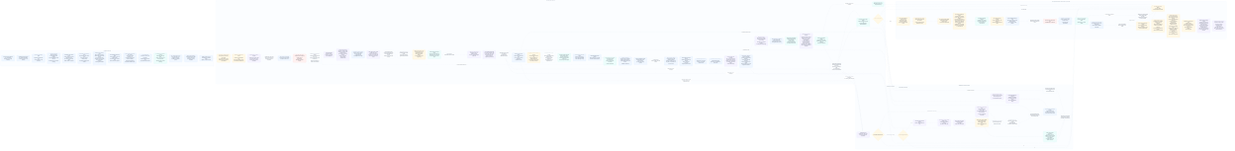
Above: odylith/atlas/source/domain-intelligence-greenfield-governance.png in odylith/odylith (Mermaid), before the change. Its source is kept beside it as odylith/atlas/source/domain-intelligence-greenfield-governance.mmd.
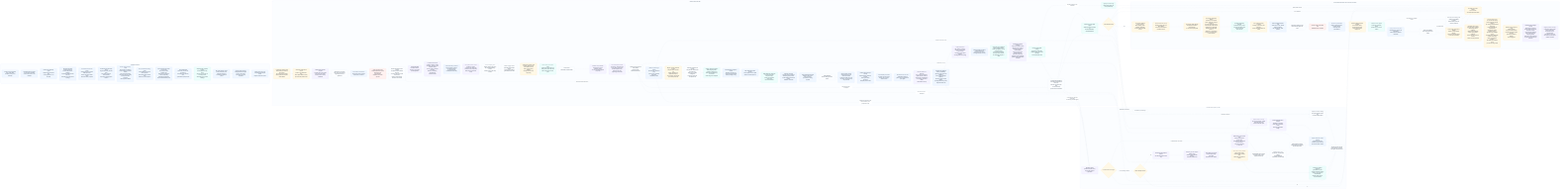
Later version of the same file.

The edit, as a diff of the source:
```diff
@@ -55,7 +55,7 @@
       validators["Deterministic validators<br/>schema, traceability,<br/>grammar, typed canonical repetition,<br/>source-owned package repetition,<br/>topology, Project prompt quality,<br/>typed generated-copy units,<br/>clipped terminal tails"]
       expert_lenses["Expert-lens review<br/>PM, architect, engineer,<br/>domain reviewer typed owner contract<br/>coverage over accepted systems,<br/>including deferred topology"]
       persisted_readback["Persisted artifact readback<br/>create payload and accepted-project preview<br/>must agree before scoring"]
-      governed_readback["Governed record readback<br/>release catalogs/events,<br/>program waves,<br/>Compass records,<br/>surface payload globals,<br/>persisted source-launch"]
+      governed_readback["Governed record readback<br/>release catalogs/events,<br/>Radar and Registry records,<br/>Compass records,<br/>surface payload globals,<br/>persisted source-launch;<br/>no Greenfield program or wave"]
       evidence_readback["Independent package evidence<br/>project brief, Radar sections,<br/>Registry proof contracts,<br/>Atlas topology labels,<br/>prewrite safety,<br/>Project prompts from persisted payload,<br/>declared sentinel plus distinctive-anchor readback,<br/>guidance/catalog Markdown excluded"]
       typed_findings["Source-owned typed findings<br/>target layer, target path,<br/>semantic node, occurrence metadata,<br/>no proposal-repair lane"]
       source_addresses["ProjectionSourceAddress<br/>executable ArtifactPlanIR facts only:<br/>dict field, row index plus field,<br/>or owned list fact;<br/>preview roots are blockers"]
@@ -96,6 +96,7 @@
       compiled_memory_previews["Compiled acceptance previews<br/>accepted project, project brief, and Compass event<br/>consumed without reconstruction"]
       report_envelope["Pre-confirm reporting envelope<br/>backlog, components, and diagrams<br/>are list-shaped sealed result fields"]
       transaction_seal["ProductCreateTransaction seal<br/>exact bytes, modes, file and directory deletes,<br/>repo fingerprints, result preview"]
+      snapshot_manifest["Durable rollback snapshot manifest<br/>exact affected paths, present/missing state,<br/>modes and SHA-256 fingerprints"]
       compiler_receipt["Detached compiler receipt<br/>transaction file digest and hash"]
       transaction_ready["Creation-ready confirmation view<br/>CONFIRM, EDIT, or REJECT"]
       commit_verify["Commit-only verification<br/>receipt, transaction hash, compiler identity,<br/>unchanged repo preconditions"]
@@ -117,7 +118,7 @@
     shared_event_resolver -. "same resolved human event" .-> state_boundary_titles
     draft_set --> source_casing_custody --> control_plane_homonyms --> artifact_units --> mermaid_source_units --> visible_actor_projection --> validators --> expert_lenses --> persisted_readback --> governed_readback --> evidence_readback --> typed_findings --> source_addresses --> projection_targets --> final_manifest
     typed_findings -- "untyped or legacy-only evidence" --> legacy_blockers --> blockers
-    final_manifest -- "pass" --> surface_custody --> portable_catalog_links --> transaction_quality --> acceptance_identity --> compiled_memory_previews --> report_envelope --> transaction_seal --> compiler_receipt --> transaction_ready --> commit_verify --> writes --> atomic_cleanup --> readback --> post_confirm_handoff --> matrix_scorer --> release_matrix --> natural_rescue_proof --> selected_case_leakage --> registry_forensics_custody
+    final_manifest -- "pass" --> surface_custody --> portable_catalog_links --> transaction_quality --> acceptance_identity --> compiled_memory_previews --> report_envelope --> transaction_seal --> compiler_receipt --> transaction_ready --> commit_verify --> snapshot_manifest --> writes --> atomic_cleanup --> readback --> post_confirm_handoff --> matrix_scorer --> release_matrix --> natural_rescue_proof --> selected_case_leakage --> registry_forensics_custody
     final_manifest -- "quality debt remains" --> blockers
     final_manifest -- "rendered scope drift" --> projection_rerender --> rerender
     final_manifest -- "repairable typed failure" --> repairable --> projection_targets --> source_addresses --> patchset --> executable_target
@@ -152,7 +153,7 @@
     class visible_intent,confirmable_stdout,source_guard,operating_envelope,intent_section_parser,prose_boundary_guard,prompt_recovery,editorial_framing_guard,source_claim_custody,confirmed_ir,non_goal_owner,sparse_systems,public_system_copy intent;
     class apply_input,intent_visible_result,compiler,semantic_ir,evaluation_semantics,actor_role_owner,artifact_actor_filter,actor_path_role,shared_event_resolver,external_boundary,sequence_owner,subject_carry_guard,result_language,visible_result_priority,prose_shape_guard,artifact_plan,release_scope,canonical_facts,projection_contract,semantic_patch_targets,registry_contract_custody,semantic_result_custody,projections,confirmed_diagram_projection,atlas_label_custody,state_boundary_titles,next_steps,project_dashboard,draft_set,source_casing_custody,control_plane_homonyms,artifact_units,mermaid_source_units,visible_actor_projection,validators,expert_lenses,persisted_readback,governed_readback,evidence_readback,typed_findings,source_addresses,projection_targets,legacy_blockers,final_manifest standard;
     class repairable,patchset,executable_target,deterministic_source_patch,rescue_budget,tribunal_planner,provider_adapter,strict_schema,custody_check,repair_manifest,semantic_apply,plan_apply,semantic_mirror_sync,scope_ledger,dashboard_rerender,projection_rerender,package_inspection,rerender rescue;
-    class surface_custody,portable_catalog_links,transaction_quality,acceptance_identity,compiled_memory_previews,report_envelope,transaction_seal,compiler_receipt,transaction_ready,commit_verify,writes,atomic_cleanup,readback,rollback,blockers,post_confirm_handoff,matrix_scorer,release_matrix,natural_rescue_proof,selected_case_leakage,registry_forensics_custody write;
+    class surface_custody,portable_catalog_links,transaction_quality,acceptance_identity,compiled_memory_previews,report_envelope,transaction_seal,compiler_receipt,transaction_ready,commit_verify,snapshot_manifest,writes,atomic_cleanup,readback,rollback,blockers,post_confirm_handoff,matrix_scorer,release_matrix,natural_rescue_proof,selected_case_leakage,registry_forensics_custody write;
 
     style accepted_lane fill:#FBFDFF,stroke:#BFD7FE,stroke-width:1px,color:#293D52
     style standard_lane fill:#FBFDFF,stroke:#CBD5E1,stroke-width:1px,color:#293D52
```
